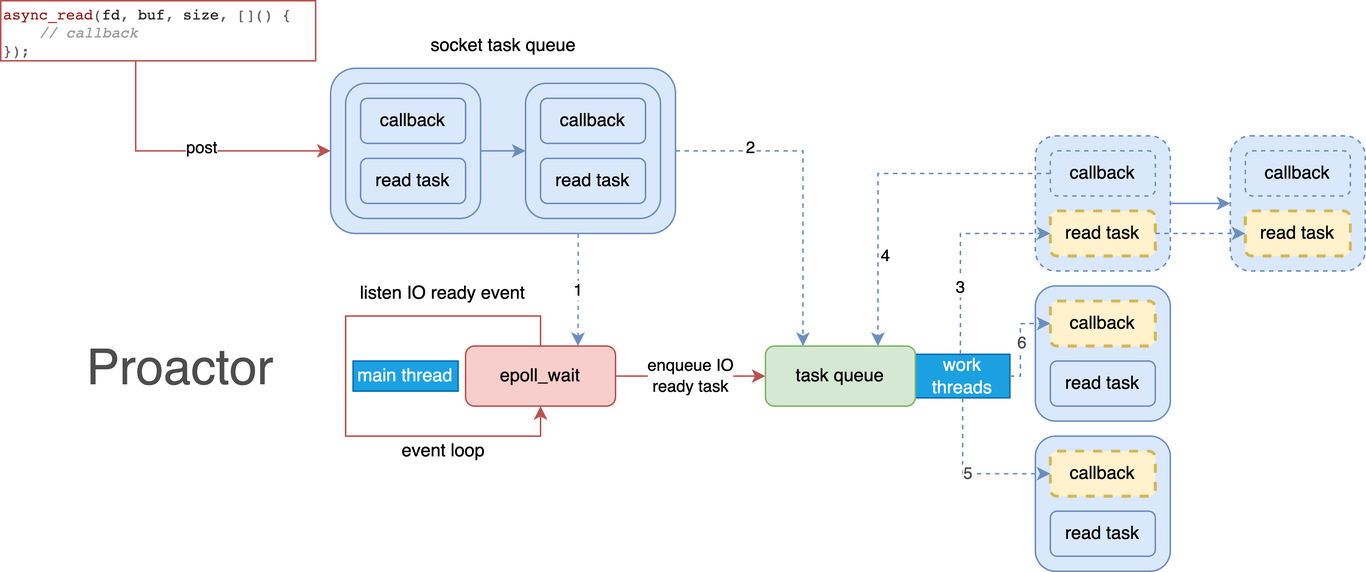
Before: OpenSource/Image/proactor.png, a diagram exported from draw.io (jemmy512/software-engineer). Source tidied: cells renumbered, new cells last; positions are measured from the earlier drawing's top-left corner, leaving out a move shared by most shapes.
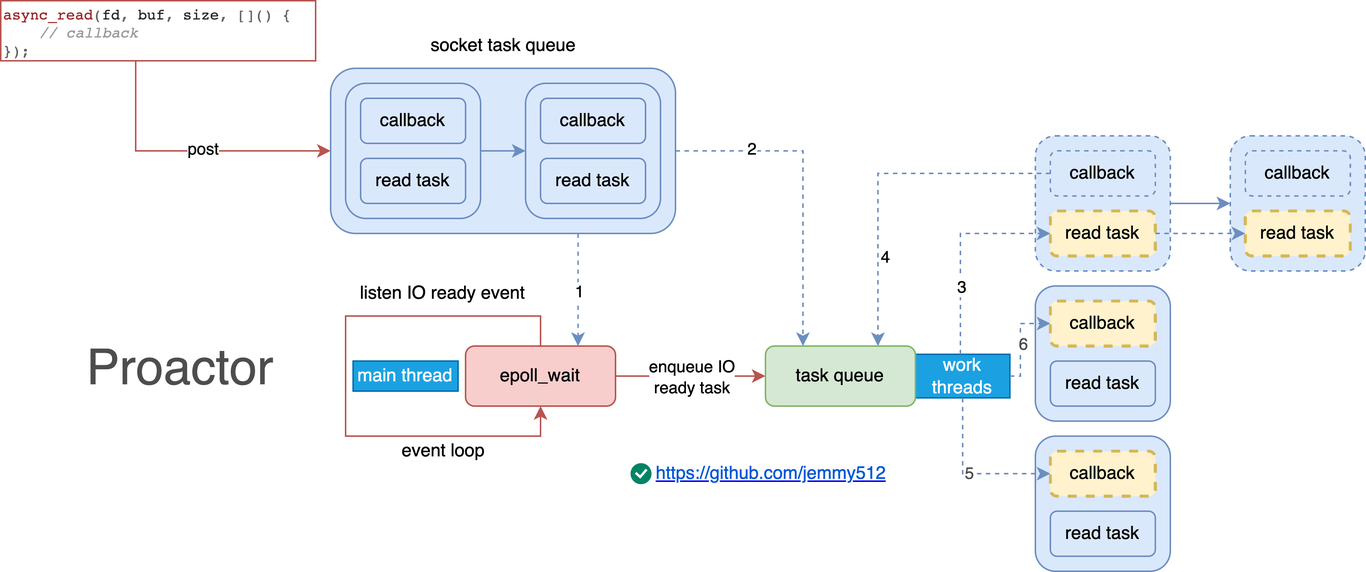
The same file after the commit.

The edit, as a diff of the source:
```diff
@@ -178,5 +178,11 @@
         </Array>
       </mxGeometry>
     </mxCell>
+    <mxCell id="49" style="html=1;shadow=0;dashed=0;shape=mxgraph.atlassian.checkbox;fillColor=#008465;strokeColor=none;html=1;sketch=0;" parent="1" vertex="1">
+      <mxGeometry x="420" y="308" width="14" height="14" as="geometry" />
+    </mxCell>
+    <mxCell id="50" value="&lt;span style=&quot;color: rgb(0 , 87 , 216) ; text-align: left&quot;&gt;https://github.com/jemmy512&lt;/span&gt;" style="text;html=1;strokeColor=none;fillColor=none;whiteSpace=wrap;align=center;verticalAlign=middle;fontColor=#0000EE;fontStyle=4;" parent="1" vertex="1">
+      <mxGeometry x="429" y="295" width="170" height="40" as="geometry" />
+    </mxCell>
   </root>
 </mxGraphModel>
```
